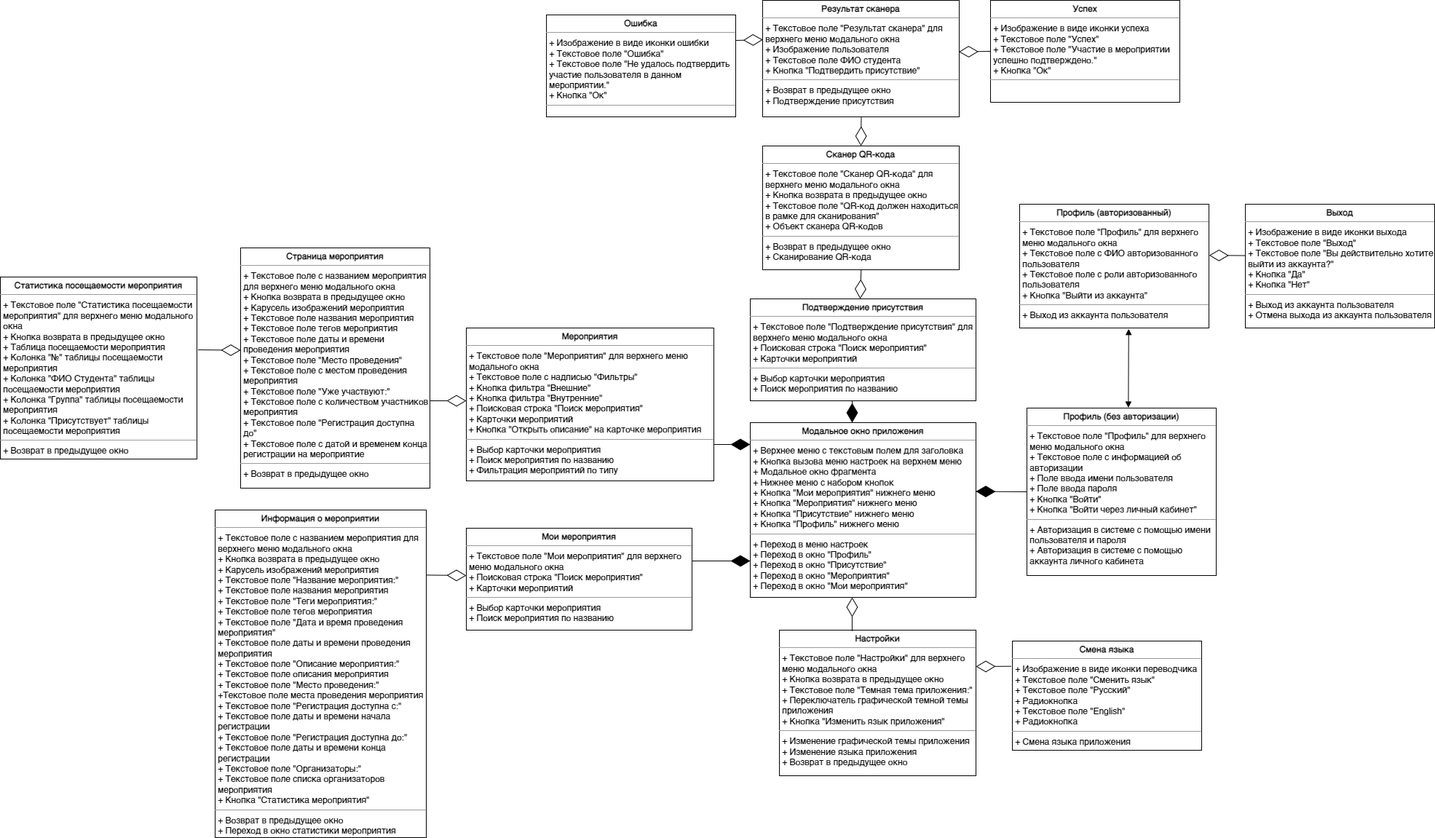
This is doc/Проектирование/new/Диаграмма интерфейсных классов/Диграмма интерфейсных классов-Страница 2.drawio.png from RUGameLink/projectQ, a draw.io export, as it was before one commit. Source tidied: cells renumbered, new cells last; positions are measured from the earlier drawing's top-left corner, leaving out a move shared by most shapes.
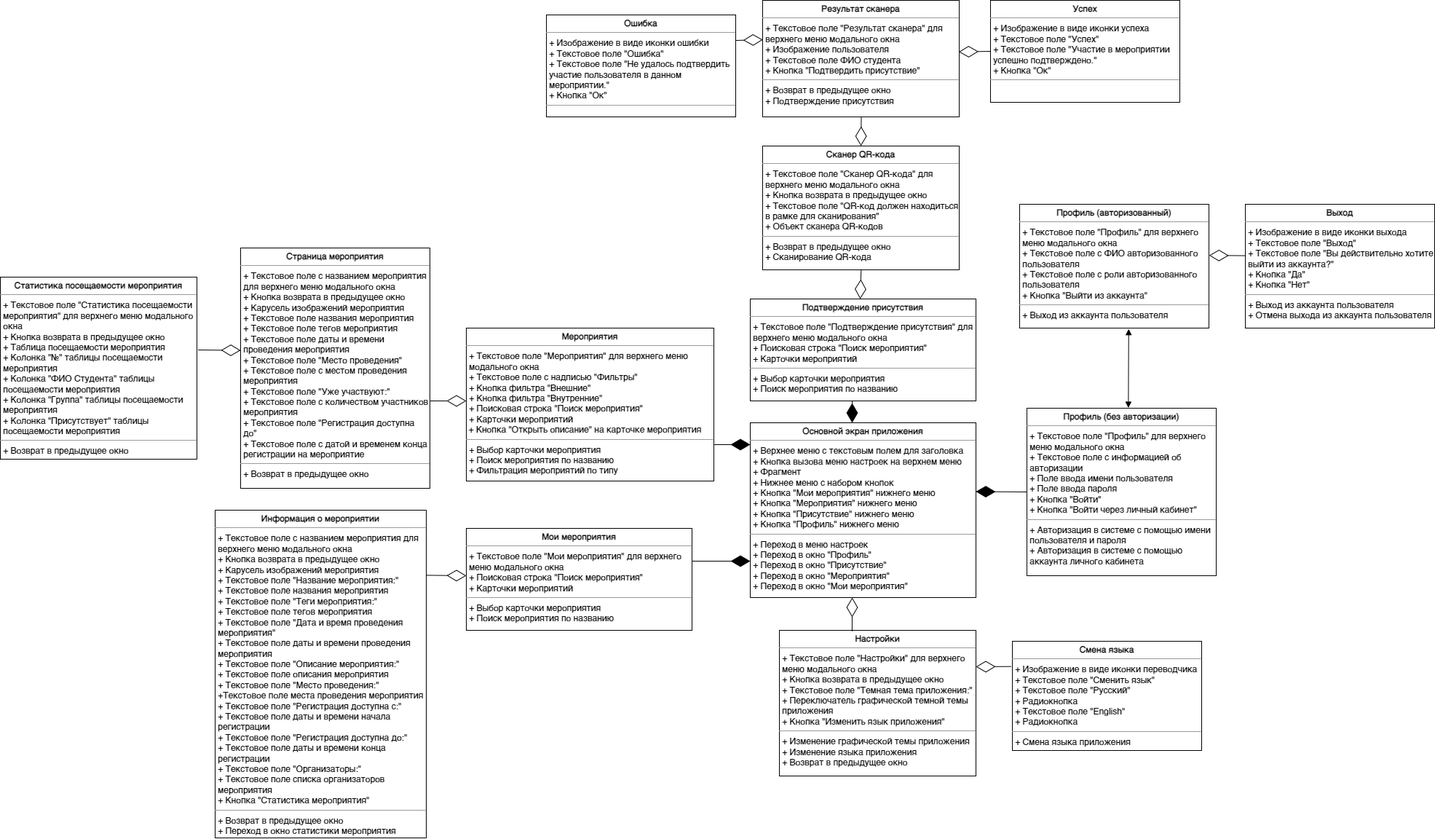
The same diagram one commit later.

What changed in the source:
```diff
@@ -32,7 +32,7 @@
     <mxCell id="11" style="endArrow=diamondThin;endFill=0;endSize=24;html=1;rounded=0;exitX=-0.006;exitY=0.231;exitDx=0;exitDy=0;entryX=1;entryY=0.25;entryDx=0;entryDy=0;exitPerimeter=0;" parent="1" edge="1" source="10" target="9">
       <mxGeometry relative="1" as="geometry" />
     </mxCell>
-    <mxCell id="12" value="&lt;p style=&quot;margin:0px;margin-top:4px;text-align:center;&quot;&gt;&lt;b&gt;Модальное окно приложения&lt;/b&gt;&lt;/p&gt;&lt;hr size=&quot;1&quot;&gt;&lt;p style=&quot;border-color: var(--border-color); margin: 0px 0px 0px 4px;&quot;&gt;+ Верхнее меню с текстовым полем для заголовка&lt;/p&gt;&lt;p style=&quot;border-color: var(--border-color); margin: 0px 0px 0px 4px;&quot;&gt;+ Кнопка вызова меню настроек на верхнем меню&lt;/p&gt;&lt;p style=&quot;border-color: var(--border-color); margin: 0px 0px 0px 4px;&quot;&gt;+ Модальное окно фрагмента&lt;/p&gt;&lt;p style=&quot;margin:0px;margin-left:4px;&quot;&gt;+ Нижнее меню с набором кнопок&lt;/p&gt;&lt;p style=&quot;margin:0px;margin-left:4px;&quot;&gt;+ Кнопка &quot;Мои мероприятия&quot; нижнего меню&lt;br style=&quot;border-color: var(--border-color);&quot;&gt;+ Кнопка &quot;Мероприятия&quot; нижнего меню&lt;/p&gt;&lt;p style=&quot;margin:0px;margin-left:4px;&quot;&gt;+ Кнопка &quot;Присутствие&quot; нижнего меню&lt;br style=&quot;border-color: var(--border-color);&quot;&gt;+ Кнопка &quot;Профиль&quot; нижнего меню&lt;br&gt;&lt;/p&gt;&lt;hr size=&quot;1&quot;&gt;&lt;p style=&quot;margin:0px;margin-left:4px;&quot;&gt;&lt;span style=&quot;background-color: initial;&quot;&gt;+ Переход в меню настроек&lt;/span&gt;&lt;br&gt;&lt;/p&gt;&lt;p style=&quot;border-color: var(--border-color); margin: 0px 0px 0px 4px;&quot;&gt;+ Переход в окно &quot;Профиль&quot;&lt;/p&gt;&lt;p style=&quot;border-color: var(--border-color); margin: 0px 0px 0px 4px;&quot;&gt;+ Переход в окно &quot;Присутствие&quot;&lt;br&gt;&lt;/p&gt;&lt;p style=&quot;border-color: var(--border-color); margin: 0px 0px 0px 4px;&quot;&gt;+ Переход в окно &quot;Мероприятия&quot;&lt;/p&gt;&lt;p style=&quot;border-color: var(--border-color); margin: 0px 0px 0px 4px;&quot;&gt;+ Переход в окно &quot;Мои мероприятия&quot;&lt;br&gt;&lt;/p&gt;" style="verticalAlign=top;align=left;overflow=fill;fontSize=12;fontFamily=Helvetica;html=1;whiteSpace=wrap;" parent="1" vertex="1">
+    <mxCell id="12" value="&lt;p style=&quot;margin:0px;margin-top:4px;text-align:center;&quot;&gt;&lt;b&gt;Основной экран приложения&lt;/b&gt;&lt;/p&gt;&lt;hr size=&quot;1&quot;&gt;&lt;p style=&quot;border-color: var(--border-color); margin: 0px 0px 0px 4px;&quot;&gt;+ Верхнее меню с текстовым полем для заголовка&lt;/p&gt;&lt;p style=&quot;border-color: var(--border-color); margin: 0px 0px 0px 4px;&quot;&gt;+ Кнопка вызова меню настроек на верхнем меню&lt;/p&gt;&lt;p style=&quot;border-color: var(--border-color); margin: 0px 0px 0px 4px;&quot;&gt;+ Фрагмент&lt;/p&gt;&lt;p style=&quot;margin:0px;margin-left:4px;&quot;&gt;+ Нижнее меню с набором кнопок&lt;/p&gt;&lt;p style=&quot;margin:0px;margin-left:4px;&quot;&gt;+ Кнопка &quot;Мои мероприятия&quot; нижнего меню&lt;br style=&quot;border-color: var(--border-color);&quot;&gt;+ Кнопка &quot;Мероприятия&quot; нижнего меню&lt;/p&gt;&lt;p style=&quot;margin:0px;margin-left:4px;&quot;&gt;+ Кнопка &quot;Присутствие&quot; нижнего меню&lt;br style=&quot;border-color: var(--border-color);&quot;&gt;+ Кнопка &quot;Профиль&quot; нижнего меню&lt;br&gt;&lt;/p&gt;&lt;hr size=&quot;1&quot;&gt;&lt;p style=&quot;margin:0px;margin-left:4px;&quot;&gt;&lt;span style=&quot;background-color: initial;&quot;&gt;+ Переход в меню настроек&lt;/span&gt;&lt;br&gt;&lt;/p&gt;&lt;p style=&quot;border-color: var(--border-color); margin: 0px 0px 0px 4px;&quot;&gt;+ Переход в окно &quot;Профиль&quot;&lt;/p&gt;&lt;p style=&quot;border-color: var(--border-color); margin: 0px 0px 0px 4px;&quot;&gt;+ Переход в окно &quot;Присутствие&quot;&lt;br&gt;&lt;/p&gt;&lt;p style=&quot;border-color: var(--border-color); margin: 0px 0px 0px 4px;&quot;&gt;+ Переход в окно &quot;Мероприятия&quot;&lt;/p&gt;&lt;p style=&quot;border-color: var(--border-color); margin: 0px 0px 0px 4px;&quot;&gt;+ Переход в окно &quot;Мои мероприятия&quot;&lt;br&gt;&lt;/p&gt;" style="verticalAlign=top;align=left;overflow=fill;fontSize=12;fontFamily=Helvetica;html=1;whiteSpace=wrap;" parent="1" vertex="1">
       <mxGeometry x="1030" y="580" width="310" height="240" as="geometry" />
     </mxCell>
     <mxCell id="13" value="&lt;p style=&quot;margin:0px;margin-top:4px;text-align:center;&quot;&gt;&lt;b&gt;Мои мероприятия&lt;/b&gt;&lt;/p&gt;&lt;hr size=&quot;1&quot;&gt;&lt;p style=&quot;border-color: var(--border-color); margin: 0px 0px 0px 4px;&quot;&gt;+ Текстовое поле &quot;Мои мероприятия&quot; для верхнего меню модального окна&lt;/p&gt;&lt;p style=&quot;margin:0px;margin-left:4px;&quot;&gt;+ Поисковая строка &quot;Поиск мероприятия&quot;&lt;/p&gt;&lt;p style=&quot;margin:0px;margin-left:4px;&quot;&gt;+ Карточки мероприятий&lt;/p&gt;&lt;hr size=&quot;1&quot;&gt;&lt;p style=&quot;margin:0px;margin-left:4px;&quot;&gt;+ Выбор карточки мероприятия&lt;br&gt;&lt;/p&gt;&lt;p style=&quot;margin:0px;margin-left:4px;&quot;&gt;+ Поиск мероприятия по названию&lt;br&gt;&lt;/p&gt;&lt;p style=&quot;border-color: var(--border-color); margin: 0px 0px 0px 4px;&quot;&gt;&lt;br&gt;&lt;/p&gt;" style="verticalAlign=top;align=left;overflow=fill;fontSize=12;fontFamily=Helvetica;html=1;whiteSpace=wrap;" parent="1" vertex="1">
```
